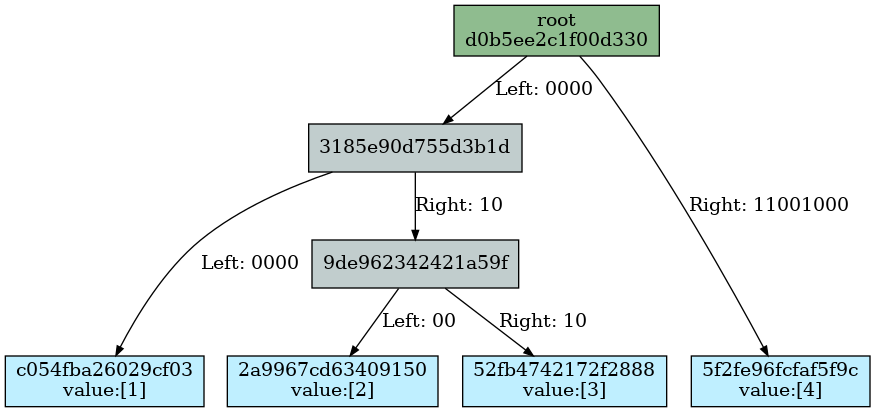
The Graphviz diagram docs/merkle_tree/intro/first_example.dot.png in juicebox-systems/juicebox-hsm-realm, before a commit. Its source is kept beside it as docs/merkle_tree/intro/first_example.dot.
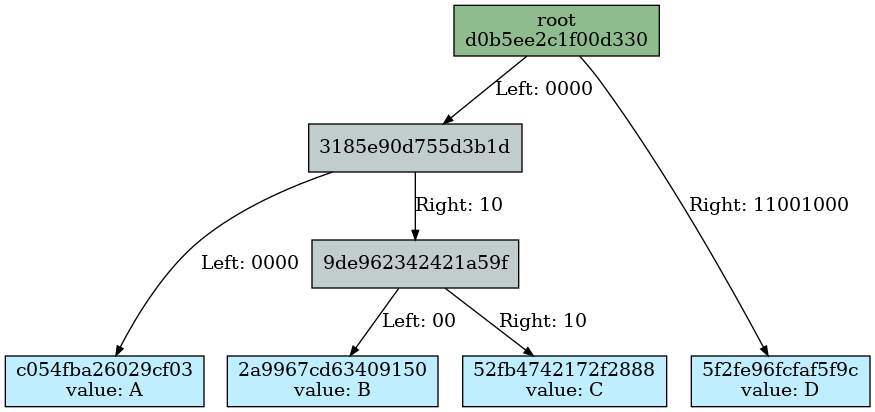
The same file after the commit.

Diff of the diagram source:
```diff
@@ -24,10 +24,10 @@
 Subgraph depth_256 {
 rank=same
 
-hc054fba26029cf03 [fillcolor=lightblue1 label="c054fba26029cf03\nvalue:[1]" ordering=out shape=box style=filled ];
-h2a9967cd63409150 [fillcolor=lightblue1 label="2a9967cd63409150\nvalue:[2]" ordering=out shape=box style=filled ];
-h52fb4742172f2888 [fillcolor=lightblue1 label="52fb4742172f2888\nvalue:[3]" ordering=out shape=box style=filled ];
-h5f2fe96fcfaf5f9c [fillcolor=lightblue1 label="5f2fe96fcfaf5f9c\nvalue:[4]" ordering=out shape=box style=filled ];
+hc054fba26029cf03 [fillcolor=lightblue1 label="c054fba26029cf03\nvalue: A" ordering=out shape=box style=filled ];
+h2a9967cd63409150 [fillcolor=lightblue1 label="2a9967cd63409150\nvalue: B" ordering=out shape=box style=filled ];
+h52fb4742172f2888 [fillcolor=lightblue1 label="52fb4742172f2888\nvalue: C" ordering=out shape=box style=filled ];
+h5f2fe96fcfaf5f9c [fillcolor=lightblue1 label="5f2fe96fcfaf5f9c\nvalue: D" ordering=out shape=box style=filled ];
 }
 
 
```
